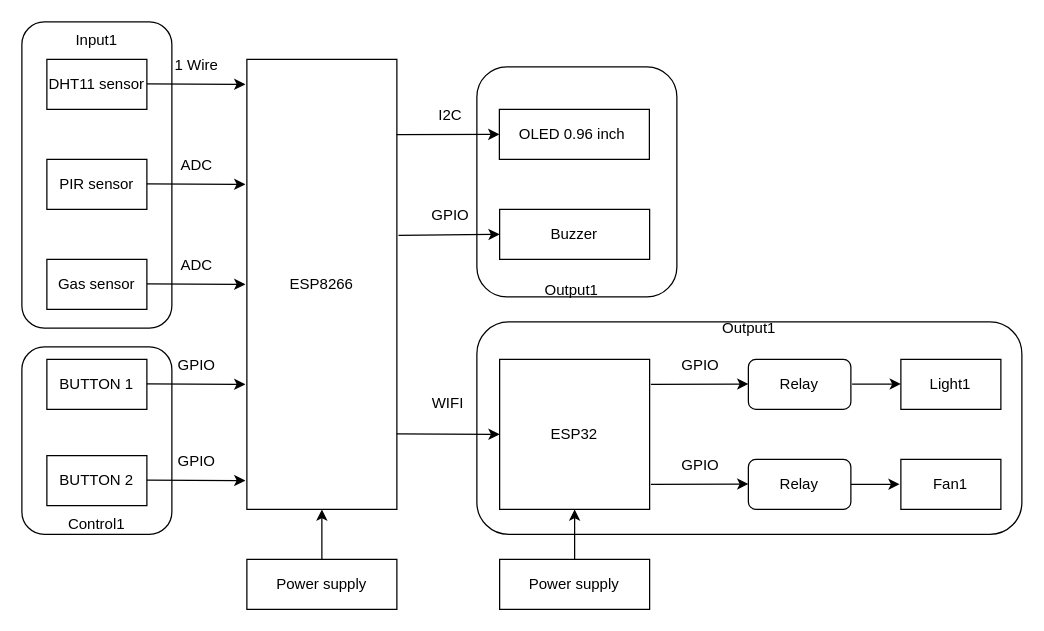
Above: page "Trang-2" (2 of 3) of File support/Sơ đồ khối phần cứng.drawio in shadowhunter67/DATN (draw.io), before the change. Source tidied: cells renumbered, new cells numbered last; positions are measured from the earlier drawing's top-left corner, leaving out a move shared by most shapes. Both pictures are drawn from the tidied source at 125%, with x=0, y=0 at pixel (21, 21).
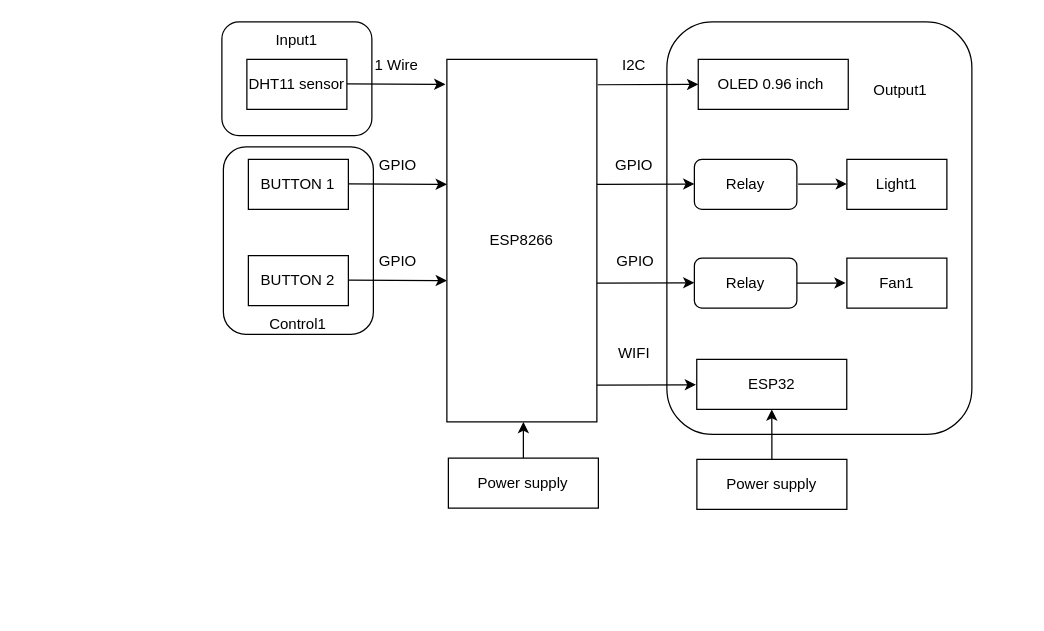
The same diagram, later.

Change to the diagram source:
```diff
@@
     <mxCell id="2" style="rounded=1;whiteSpace=wrap;html=1;" parent="1" vertex="1">
-      <mxGeometry x="364" y="240" width="436" height="170" as="geometry" />
+      <mxGeometry x="516" width="244" height="330" as="geometry" />
     </mxCell>
     <mxCell id="3" style="rounded=1;whiteSpace=wrap;html=1;" parent="1" vertex="1">
-      <mxGeometry y="260" width="120" height="150" as="geometry" />
+      <mxGeometry x="161.2" y="100" width="120" height="150" as="geometry" />
     </mxCell>
     <mxCell id="4" style="rounded=1;whiteSpace=wrap;html=1;" parent="1" vertex="1">
-      <mxGeometry width="120" height="245" as="geometry" />
+      <mxGeometry x="160" width="120" height="91" as="geometry" />
     </mxCell>
-    <mxCell id="5" style="rounded=1;whiteSpace=wrap;html=1;" parent="1" vertex="1">
-      <mxGeometry x="364" y="36" width="160" height="184" as="geometry" />
-    </mxCell>
     <mxCell id="6" value="ESP8266" style="rounded=0;whiteSpace=wrap;html=1;direction=south;" parent="1" vertex="1">
-      <mxGeometry x="180" y="30" width="120" height="360" as="geometry" />
+      <mxGeometry x="340" y="30" width="120" height="290" as="geometry" />
     </mxCell>
     <mxCell id="7" style="edgeStyle=orthogonalEdgeStyle;rounded=0;jettySize=auto;html=1;" parent="1" edge="1" source="8">
       <mxGeometry relative="1" as="geometry">
-        <mxPoint x="240" y="390" as="targetPoint" />
+        <mxPoint x="401.2" y="320" as="targetPoint" />
       </mxGeometry>
     </mxCell>
     <mxCell id="8" value="Power supply" style="rounded=0;whiteSpace=wrap;html=1;" parent="1" vertex="1">
-      <mxGeometry x="180" y="430" width="120" height="40" as="geometry" />
+      <mxGeometry x="341.2" y="349" width="120" height="40" as="geometry" />
     </mxCell>
     <mxCell id="9" value="ESP32" style="rounded=0;whiteSpace=wrap;html=1;direction=south;" parent="1" vertex="1">
-      <mxGeometry x="382.2" y="270" width="120" height="120" as="geometry" />
+      <mxGeometry x="539.9" y="270" width="120" height="40" as="geometry" />
     </mxCell>
@@
     <mxCell id="11" value="Power supply" style="rounded=0;whiteSpace=wrap;html=1;" parent="1" vertex="1">
-      <mxGeometry x="382.2" y="430" width="120" height="40" as="geometry" />
+      <mxGeometry x="540" y="350" width="120" height="40" as="geometry" />
     </mxCell>
-    <mxCell id="12" value="Light1" style="rounded=0;whiteSpace=wrap;html=1;" parent="1" vertex="1">
-      <mxGeometry x="703.2" y="270" width="80" height="40" as="geometry" />
-    </mxCell>
-    <mxCell id="13" value="Fan1" style="rounded=0;whiteSpace=wrap;html=1;" parent="1" vertex="1">
-      <mxGeometry x="703.2" y="350" width="80" height="40" as="geometry" />
-    </mxCell>
     <mxCell id="14" value="OLED 0.96 inch&amp;nbsp;" style="rounded=0;whiteSpace=wrap;html=1;" parent="1" vertex="1">
-      <mxGeometry x="382" y="70" width="120" height="40" as="geometry" />
+      <mxGeometry x="541.1" y="30" width="120" height="40" as="geometry" />
     </mxCell>
-    <mxCell id="15" style="endArrow=classic;html=1;rounded=0;exitX=0.167;exitY=0.003;exitDx=0;exitDy=0;exitPerimeter=0;" parent="1" edge="1" source="6">
+    <mxCell id="15" style="endArrow=classic;html=1;rounded=0;entryX=0;entryY=0.5;entryDx=0;entryDy=0;exitX=0.07;exitY=-0.005;exitDx=0;exitDy=0;exitPerimeter=0;" parent="1" edge="1" source="6">
       <mxGeometry relative="1" as="geometry">
-        <mxPoint x="382" y="90" as="targetPoint" />
+        <mxPoint x="541.1" y="50" as="targetPoint" />
       </mxGeometry>
     </mxCell>
     <mxCell id="16" value="I2C" style="text;html=1;align=center;verticalAlign=middle;whiteSpace=wrap;rounded=0;" parent="1" vertex="1">
-      <mxGeometry x="313" y="60" width="60" height="30" as="geometry" />
+      <mxGeometry x="460" y="20" width="60" height="30" as="geometry" />
     </mxCell>
-    <mxCell id="17" value="Relay" style="rounded=1;whiteSpace=wrap;html=1;" parent="1" vertex="1">
-      <mxGeometry x="581.2" y="270" width="82" height="40" as="geometry" />
-    </mxCell>
-    <mxCell id="18" style="endArrow=classic;html=1;rounded=0;" parent="1" edge="1">
-      <mxGeometry relative="1" as="geometry">
-        <mxPoint x="503.2" y="290" as="sourcePoint" />
-        <mxPoint x="581.2" y="289.7" as="targetPoint" />
-      </mxGeometry>
-    </mxCell>
-    <mxCell id="19" value="Relay" style="rounded=1;whiteSpace=wrap;html=1;" parent="1" vertex="1">
-      <mxGeometry x="581.2" y="350" width="82" height="40" as="geometry" />
-    </mxCell>
-    <mxCell id="20" style="endArrow=classic;html=1;rounded=0;" parent="1" edge="1">
-      <mxGeometry relative="1" as="geometry">
-        <mxPoint x="503.2" y="370" as="sourcePoint" />
-        <mxPoint x="581.2" y="369.7" as="targetPoint" />
-      </mxGeometry>
-    </mxCell>
-    <mxCell id="21" style="endArrow=classic;html=1;rounded=0;" parent="1" edge="1">
-      <mxGeometry relative="1" as="geometry">
-        <mxPoint x="664.2" y="289.7" as="sourcePoint" />
-        <mxPoint x="703.2" y="289.7" as="targetPoint" />
-      </mxGeometry>
-    </mxCell>
-    <mxCell id="22" style="endArrow=classic;html=1;rounded=0;" parent="1" edge="1">
-      <mxGeometry relative="1" as="geometry">
-        <mxPoint x="663.2" y="369.9" as="sourcePoint" />
-        <mxPoint x="702.2" y="369.9" as="targetPoint" />
-      </mxGeometry>
-    </mxCell>
-    <mxCell id="23" value="GPIO" style="text;html=1;align=center;verticalAlign=middle;whiteSpace=wrap;rounded=0;" parent="1" vertex="1">
-      <mxGeometry x="513.2" y="260" width="60" height="30" as="geometry" />
-    </mxCell>
-    <mxCell id="24" value="GPIO" style="text;html=1;align=center;verticalAlign=middle;whiteSpace=wrap;rounded=0;" parent="1" vertex="1">
-      <mxGeometry x="513.2" y="340" width="60" height="30" as="geometry" />
-    </mxCell>
-    <mxCell id="25" style="endArrow=classic;html=1;rounded=0;exitX=0.698;exitY=-0.01;exitDx=0;exitDy=0;exitPerimeter=0;entryX=0.5;entryY=1;entryDx=0;entryDy=0;" parent="1" edge="1" target="9">
+    <mxCell id="25" style="endArrow=classic;html=1;rounded=0;entryX=0.507;entryY=1.005;entryDx=0;entryDy=0;entryPerimeter=0;" parent="1" edge="1" target="9">
       <mxGeometry relative="1" as="geometry">
-        <mxPoint x="300" y="329.6" as="sourcePoint" />
+        <mxPoint x="460" y="290.6" as="sourcePoint" />
       </mxGeometry>
     </mxCell>
     <mxCell id="26" value="WIFI" style="text;html=1;align=center;verticalAlign=middle;whiteSpace=wrap;rounded=0;" parent="1" vertex="1">
-      <mxGeometry x="311" y="290" width="60" height="30" as="geometry" />
+      <mxGeometry x="460" y="250" width="60" height="30" as="geometry" />
     </mxCell>
-    <mxCell id="27" value="Buzzer" style="rounded=0;whiteSpace=wrap;html=1;" parent="1" vertex="1">
-      <mxGeometry x="382.2" y="150" width="120" height="40" as="geometry" />
-    </mxCell>
-    <mxCell id="28" style="endArrow=classic;html=1;rounded=0;exitX=0.391;exitY=-0.011;exitDx=0;exitDy=0;exitPerimeter=0;" parent="1" edge="1" source="6">
-      <mxGeometry relative="1" as="geometry">
-        <mxPoint x="382.2" y="170" as="targetPoint" />
-      </mxGeometry>
-    </mxCell>
-    <mxCell id="29" value="GPIO" style="text;html=1;align=center;verticalAlign=middle;whiteSpace=wrap;rounded=0;" parent="1" vertex="1">
-      <mxGeometry x="313.2" y="140" width="60" height="30" as="geometry" />
-    </mxCell>
-    <mxCell id="30" value="Output1" style="text;html=1;align=center;verticalAlign=middle;whiteSpace=wrap;rounded=0;" parent="1" vertex="1">
-      <mxGeometry x="410" y="200" width="60" height="30" as="geometry" />
-    </mxCell>
     <mxCell id="31" value="DHT11 sensor" style="rounded=0;whiteSpace=wrap;html=1;" parent="1" vertex="1">
-      <mxGeometry x="20" y="30" width="80" height="40" as="geometry" />
+      <mxGeometry x="180" y="30" width="80" height="40" as="geometry" />
     </mxCell>
-    <mxCell id="32" value="PIR sensor" style="rounded=0;whiteSpace=wrap;html=1;" parent="1" vertex="1">
-      <mxGeometry x="20" y="110" width="80" height="40" as="geometry" />
-    </mxCell>
-    <mxCell id="33" value="Gas sensor" style="rounded=0;whiteSpace=wrap;html=1;" parent="1" vertex="1">
-      <mxGeometry x="20" y="190" width="80" height="40" as="geometry" />
-    </mxCell>
     <mxCell id="34" style="endArrow=classic;html=1;rounded=0;exitX=0.698;exitY=-0.01;exitDx=0;exitDy=0;exitPerimeter=0;" parent="1" edge="1">
       <mxGeometry relative="1" as="geometry">
-        <mxPoint x="100" y="49.6" as="sourcePoint" />
-        <mxPoint x="178.8" y="50" as="targetPoint" />
+        <mxPoint x="260" y="49.6" as="sourcePoint" />
+        <mxPoint x="338.8" y="50" as="targetPoint" />
       </mxGeometry>
     </mxCell>
-    <mxCell id="35" style="endArrow=classic;html=1;rounded=0;exitX=0.698;exitY=-0.01;exitDx=0;exitDy=0;exitPerimeter=0;" parent="1" edge="1">
-      <mxGeometry relative="1" as="geometry">
-        <mxPoint x="100" y="129.6" as="sourcePoint" />
-        <mxPoint x="178.8" y="130" as="targetPoint" />
-      </mxGeometry>
-    </mxCell>
-    <mxCell id="36" style="endArrow=classic;html=1;rounded=0;exitX=0.698;exitY=-0.01;exitDx=0;exitDy=0;exitPerimeter=0;" parent="1" edge="1">
-      <mxGeometry relative="1" as="geometry">
-        <mxPoint x="100" y="209.6" as="sourcePoint" />
-        <mxPoint x="178.8" y="210" as="targetPoint" />
-      </mxGeometry>
-    </mxCell>
     <mxCell id="37" value="1 Wire" style="text;html=1;align=center;verticalAlign=middle;whiteSpace=wrap;rounded=0;" parent="1" vertex="1">
-      <mxGeometry x="110" y="20" width="60" height="30" as="geometry" />
+      <mxGeometry x="270" y="20" width="60" height="30" as="geometry" />
     </mxCell>
-    <mxCell id="38" value="ADC" style="text;html=1;align=center;verticalAlign=middle;whiteSpace=wrap;rounded=0;" parent="1" vertex="1">
-      <mxGeometry x="110" y="100" width="60" height="30" as="geometry" />
-    </mxCell>
-    <mxCell id="39" value="ADC" style="text;html=1;align=center;verticalAlign=middle;whiteSpace=wrap;rounded=0;" parent="1" vertex="1">
-      <mxGeometry x="110" y="180" width="60" height="30" as="geometry" />
-    </mxCell>
     <mxCell id="40" value="BUTTON 1" style="rounded=0;whiteSpace=wrap;html=1;" parent="1" vertex="1">
-      <mxGeometry x="20" y="270" width="80" height="40" as="geometry" />
+      <mxGeometry x="181.2" y="110" width="80" height="40" as="geometry" />
     </mxCell>
     <mxCell id="41" style="endArrow=classic;html=1;rounded=0;exitX=0.698;exitY=-0.01;exitDx=0;exitDy=0;exitPerimeter=0;" parent="1" edge="1">
       <mxGeometry relative="1" as="geometry">
-        <mxPoint x="100" y="289.6" as="sourcePoint" />
-        <mxPoint x="178.8" y="290" as="targetPoint" />
+        <mxPoint x="261.2" y="129.6" as="sourcePoint" />
+        <mxPoint x="340" y="130" as="targetPoint" />
       </mxGeometry>
     </mxCell>
     <mxCell id="42" value="GPIO" style="text;html=1;align=center;verticalAlign=middle;whiteSpace=wrap;rounded=0;" parent="1" vertex="1">
-      <mxGeometry x="110" y="260" width="60" height="30" as="geometry" />
+      <mxGeometry x="271.2" y="100" width="60" height="30" as="geometry" />
     </mxCell>
     <mxCell id="43" value="BUTTON 2" style="rounded=0;whiteSpace=wrap;html=1;" parent="1" vertex="1">
-      <mxGeometry x="20" y="347" width="80" height="40" as="geometry" />
+      <mxGeometry x="181.2" y="187" width="80" height="40" as="geometry" />
     </mxCell>
     <mxCell id="44" style="endArrow=classic;html=1;rounded=0;exitX=0.698;exitY=-0.01;exitDx=0;exitDy=0;exitPerimeter=0;" parent="1" edge="1">
       <mxGeometry relative="1" as="geometry">
-        <mxPoint x="100" y="366.6" as="sourcePoint" />
-        <mxPoint x="178.8" y="367" as="targetPoint" />
+        <mxPoint x="261.2" y="206.6" as="sourcePoint" />
+        <mxPoint x="340" y="207" as="targetPoint" />
       </mxGeometry>
     </mxCell>
     <mxCell id="45" value="GPIO" style="text;html=1;align=center;verticalAlign=middle;whiteSpace=wrap;rounded=0;" parent="1" vertex="1">
-      <mxGeometry x="110" y="337" width="60" height="30" as="geometry" />
+      <mxGeometry x="271.2" y="177" width="60" height="30" as="geometry" />
     </mxCell>
     <mxCell id="46" value="Control1" style="text;html=1;align=center;verticalAlign=middle;whiteSpace=wrap;rounded=0;" parent="1" vertex="1">
-      <mxGeometry x="30" y="387" width="60" height="30" as="geometry" />
+      <mxGeometry x="191.2" y="227" width="60" height="30" as="geometry" />
     </mxCell>
     <mxCell id="47" value="Input1" style="text;html=1;align=center;verticalAlign=middle;whiteSpace=wrap;rounded=0;" parent="1" vertex="1">
-      <mxGeometry x="30" width="60" height="30" as="geometry" />
+      <mxGeometry x="190" width="60" height="30" as="geometry" />
     </mxCell>
     <mxCell id="48" value="Output1" style="text;html=1;align=center;verticalAlign=middle;whiteSpace=wrap;rounded=0;" parent="1" vertex="1">
-      <mxGeometry x="552" y="230" width="60" height="30" as="geometry" />
+      <mxGeometry x="673" y="40" width="60" height="30" as="geometry" />
     </mxCell>
+    <mxCell id="12" value="Light1" style="rounded=0;whiteSpace=wrap;html=1;" parent="1" vertex="1">
+      <mxGeometry x="660" y="110" width="80" height="40" as="geometry" />
+    </mxCell>
+    <mxCell id="13" value="Fan1" style="rounded=0;whiteSpace=wrap;html=1;" parent="1" vertex="1">
+      <mxGeometry x="660" y="189" width="80" height="40" as="geometry" />
+    </mxCell>
+    <mxCell id="49" value="Relay" style="rounded=1;whiteSpace=wrap;html=1;" parent="1" vertex="1">
+      <mxGeometry x="538" y="110" width="82" height="40" as="geometry" />
+    </mxCell>
+    <mxCell id="50" style="endArrow=classic;html=1;rounded=0;" parent="1" edge="1">
+      <mxGeometry relative="1" as="geometry">
+        <mxPoint x="460" y="130" as="sourcePoint" />
+        <mxPoint x="538" y="129.7" as="targetPoint" />
+      </mxGeometry>
+    </mxCell>
+    <mxCell id="51" value="Relay" style="rounded=1;whiteSpace=wrap;html=1;" parent="1" vertex="1">
+      <mxGeometry x="538" y="189" width="82" height="40" as="geometry" />
+    </mxCell>
+    <mxCell id="52" style="endArrow=classic;html=1;rounded=0;" parent="1" edge="1">
+      <mxGeometry relative="1" as="geometry">
+        <mxPoint x="460" y="209" as="sourcePoint" />
+        <mxPoint x="538" y="208.7" as="targetPoint" />
+      </mxGeometry>
+    </mxCell>
+    <mxCell id="53" style="endArrow=classic;html=1;rounded=0;" parent="1" edge="1">
+      <mxGeometry relative="1" as="geometry">
+        <mxPoint x="621" y="129.7" as="sourcePoint" />
+        <mxPoint x="660" y="129.7" as="targetPoint" />
+      </mxGeometry>
+    </mxCell>
+    <mxCell id="54" style="endArrow=classic;html=1;rounded=0;" parent="1" edge="1">
+      <mxGeometry relative="1" as="geometry">
+        <mxPoint x="620" y="208.9" as="sourcePoint" />
+        <mxPoint x="659" y="208.9" as="targetPoint" />
+      </mxGeometry>
+    </mxCell>
+    <mxCell id="55" value="GPIO" style="text;html=1;align=center;verticalAlign=middle;whiteSpace=wrap;rounded=0;" parent="1" vertex="1">
+      <mxGeometry x="460" y="100" width="60" height="30" as="geometry" />
+    </mxCell>
+    <mxCell id="56" value="GPIO" style="text;html=1;align=center;verticalAlign=middle;whiteSpace=wrap;rounded=0;" parent="1" vertex="1">
+      <mxGeometry x="461.2" y="177" width="60" height="30" as="geometry" />
+    </mxCell>
```
